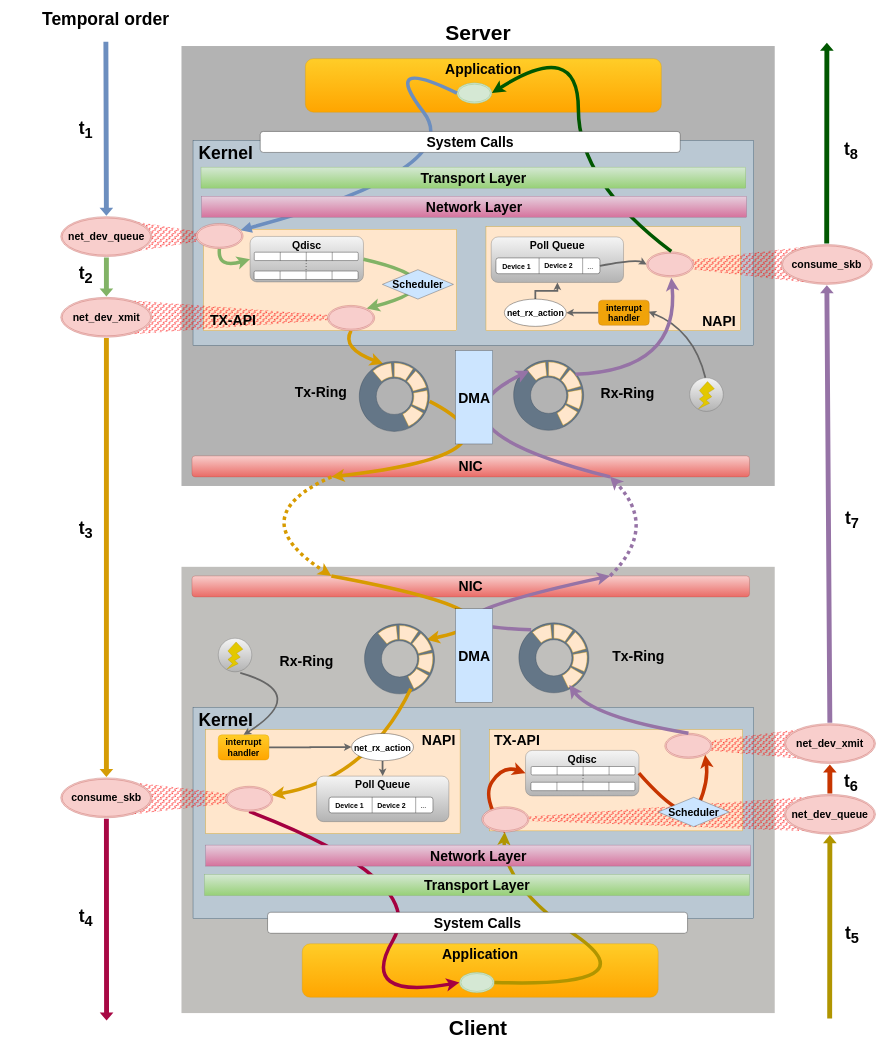
Above: thesis/drawio/TX.drawio in studhascja/Masterthesis (draw.io), before the change. Source tidied: cells renumbered, new cells numbered last; positions are measured from the earlier drawing's top-left corner, leaving out a move shared by most shapes. Both pictures are drawn from the tidied source at 35%, with x=0, y=0 at pixel (6, 6).
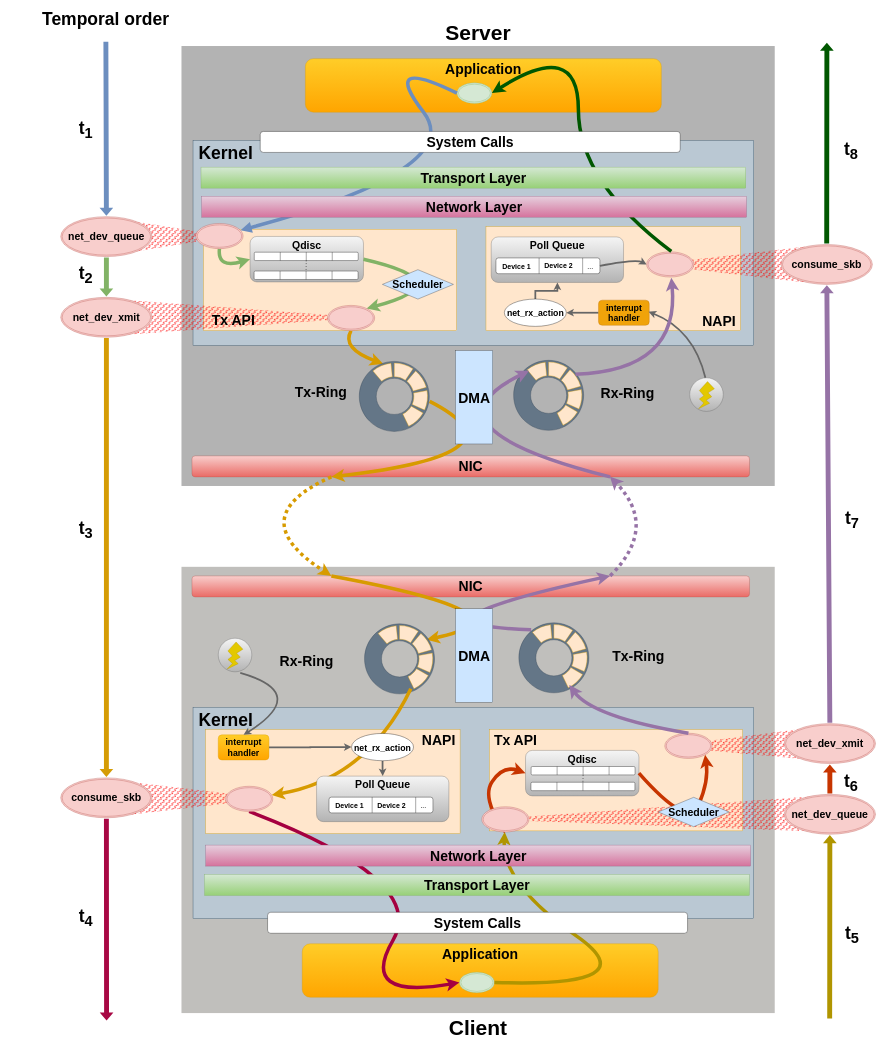
The same diagram, later.

What changed in the source:
```diff
@@
-    <mxCell id="51" value="&lt;div&gt;&lt;b&gt;&lt;font&gt;TX-API&lt;/font&gt;&lt;/b&gt;&lt;/div&gt;" style="text;html=1;align=center;verticalAlign=middle;strokeColor=none;fillColor=none;fontSize=40;" parent="1" vertex="1">
-      <mxGeometry x="573" y="867" width="150" height="60" as="geometry" />
+    <mxCell id="51" value="&lt;div&gt;&lt;b&gt;&lt;font&gt;Tx API&lt;/font&gt;&lt;/b&gt;&lt;/div&gt;" style="text;html=1;align=center;verticalAlign=middle;strokeColor=none;fillColor=none;fontSize=40;" parent="1" vertex="1">
+      <mxGeometry x="578" y="867" width="141" height="60" as="geometry" />
     </mxCell>
@@
-    <mxCell id="69" value="&lt;div&gt;&lt;b&gt;&lt;font&gt;&amp;nbsp;TX-API&lt;/font&gt;&lt;/b&gt;&lt;/div&gt;" style="rounded=0;whiteSpace=wrap;html=1;strokeColor=#d79b00;align=left;verticalAlign=top;fontFamily=Helvetica;fontSize=40;fillColor=#ffe6cc;labelPosition=center;verticalLabelPosition=middle;" parent="1" vertex="1">
+    <mxCell id="69" value="&lt;div&gt;&lt;b&gt;&lt;font&gt;&amp;nbsp;Tx API&lt;/font&gt;&lt;/b&gt;&lt;/div&gt;" style="rounded=0;whiteSpace=wrap;html=1;strokeColor=#d79b00;align=left;verticalAlign=top;fontFamily=Helvetica;fontSize=40;fillColor=#ffe6cc;labelPosition=center;verticalLabelPosition=middle;" parent="1" vertex="1">
       <mxGeometry x="1381" y="2067" width="723" height="289.5" as="geometry" />
     </mxCell>
```
